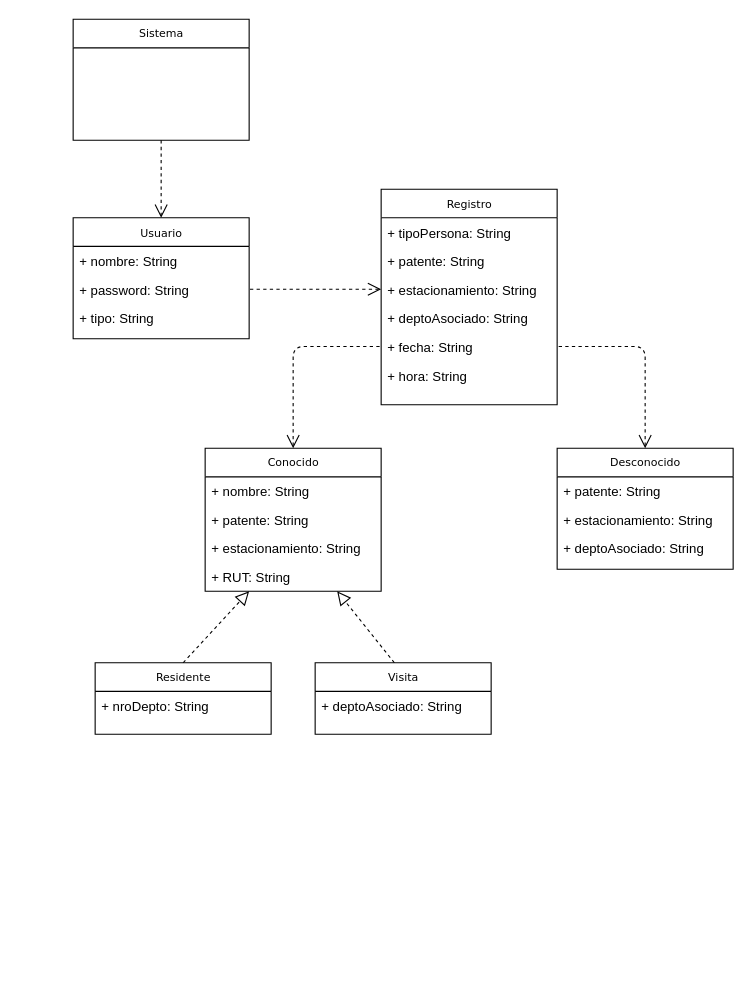
The draw.io diagram Hito 2/Diagrama de Dominio.drawio in D4rkHell/Grupo2-2_Reconocimiento_Patente, before the edit. Source tidied: cells renumbered, new cells numbered last; positions are measured from the earlier drawing's top-left corner, leaving out a move shared by most shapes. Both pictures are drawn from the tidied source at 110%, with x=0, y=0 at pixel (73, 19).
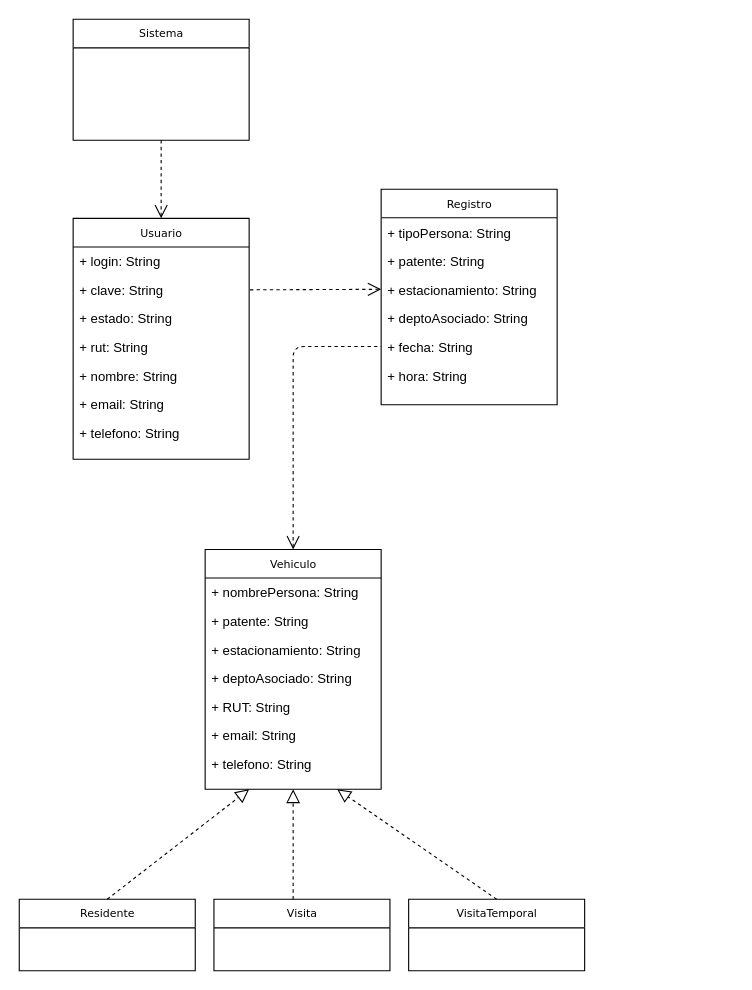
Above is the later version.

Unchanged cells that the change refers to:
```xml
<mxCell id="19" value="+ fecha: String" style="text;html=1;strokeColor=none;fillColor=none;align=left;verticalAlign=top;spacingLeft=4;spacingRight=4;whiteSpace=wrap;overflow=hidden;points=[[0,0.5],[1,0.5]];portConstraint=eastwest;" parent="14" vertex="1">
  <mxGeometry y="130" width="160" height="26" as="geometry" />
</mxCell>
```

Diff of the diagram source:
```diff
@@
     <mxCell id="2" value="Usuario" style="swimlane;html=1;fontStyle=0;horizontal=1;startSize=26;fillColor=none;swimlaneFillColor=#ffffff;rounded=0;shadow=0;comic=0;labelBackgroundColor=none;strokeColor=#000000;strokeWidth=1;fontFamily=Verdana;fontSize=10;fontColor=#000000;align=center;" parent="1" vertex="1">
-      <mxGeometry y="180.5" width="160" height="110" as="geometry" />
+      <mxGeometry y="181" width="160" height="219" as="geometry" />
     </mxCell>
-    <mxCell id="3" value="+ nombre: String" style="text;html=1;strokeColor=none;fillColor=none;align=left;verticalAlign=top;spacingLeft=4;spacingRight=4;whiteSpace=wrap;overflow=hidden;" parent="2" vertex="1">
+    <mxCell id="3" value="+ login: String" style="text;html=1;strokeColor=none;fillColor=none;align=left;verticalAlign=top;spacingLeft=4;spacingRight=4;whiteSpace=wrap;overflow=hidden;" parent="2" vertex="1">
       <mxGeometry y="26" width="160" height="26" as="geometry" />
     </mxCell>
-    <mxCell id="4" value="+ password: String" style="text;html=1;strokeColor=none;fillColor=none;align=left;verticalAlign=top;spacingLeft=4;spacingRight=4;whiteSpace=wrap;overflow=hidden;points=[[0,0.5],[1,0.5]];portConstraint=eastwest;" parent="2" vertex="1">
+    <mxCell id="4" value="+ clave: String" style="text;html=1;strokeColor=none;fillColor=none;align=left;verticalAlign=top;spacingLeft=4;spacingRight=4;whiteSpace=wrap;overflow=hidden;points=[[0,0.5],[1,0.5]];portConstraint=eastwest;" parent="2" vertex="1">
       <mxGeometry y="52" width="160" height="26" as="geometry" />
     </mxCell>
-    <mxCell id="5" value="+ tipo: String&lt;br&gt;" style="text;html=1;strokeColor=none;fillColor=none;align=left;verticalAlign=top;spacingLeft=4;spacingRight=4;whiteSpace=wrap;overflow=hidden;" parent="2" vertex="1">
+    <mxCell id="5" value="+ estado: String&lt;br&gt;" style="text;html=1;strokeColor=none;fillColor=none;align=left;verticalAlign=top;spacingLeft=4;spacingRight=4;whiteSpace=wrap;overflow=hidden;" parent="2" vertex="1">
       <mxGeometry y="78" width="160" height="26" as="geometry" />
     </mxCell>
+    <mxCell id="33" value="+ rut: String" style="text;html=1;strokeColor=none;fillColor=none;align=left;verticalAlign=top;spacingLeft=4;spacingRight=4;whiteSpace=wrap;overflow=hidden;" parent="2" vertex="1">
+      <mxGeometry y="104" width="160" height="26" as="geometry" />
+    </mxCell>
+    <mxCell id="34" value="+ nombre: String" style="text;html=1;strokeColor=none;fillColor=none;align=left;verticalAlign=top;spacingLeft=4;spacingRight=4;whiteSpace=wrap;overflow=hidden;" parent="2" vertex="1">
+      <mxGeometry y="130" width="160" height="26" as="geometry" />
+    </mxCell>
+    <mxCell id="35" value="+ email: String&lt;br&gt;" style="text;html=1;strokeColor=none;fillColor=none;align=left;verticalAlign=top;spacingLeft=4;spacingRight=4;whiteSpace=wrap;overflow=hidden;" parent="2" vertex="1">
+      <mxGeometry y="156" width="160" height="26" as="geometry" />
+    </mxCell>
+    <mxCell id="36" value="+ telefono: String" style="text;html=1;strokeColor=none;fillColor=none;align=left;verticalAlign=top;spacingLeft=4;spacingRight=4;whiteSpace=wrap;overflow=hidden;" parent="2" vertex="1">
+      <mxGeometry y="182" width="160" height="26" as="geometry" />
+    </mxCell>
     <mxCell id="6" value="Residente" style="swimlane;html=1;fontStyle=0;horizontal=1;startSize=26;fillColor=none;swimlaneFillColor=#ffffff;rounded=0;shadow=0;comic=0;labelBackgroundColor=none;strokeColor=#000000;strokeWidth=1;fontFamily=Verdana;fontSize=10;fontColor=#000000;align=center;" parent="1" vertex="1">
-      <mxGeometry x="20" y="585" width="160" height="65" as="geometry" />
+      <mxGeometry x="-49" y="800" width="160" height="65" as="geometry" />
     </mxCell>
-    <mxCell id="7" value="+ nroDepto: String" style="text;html=1;strokeColor=none;fillColor=none;align=left;verticalAlign=top;spacingLeft=4;spacingRight=4;whiteSpace=wrap;overflow=hidden;" parent="6" vertex="1">
-      <mxGeometry y="26" width="160" height="26" as="geometry" />
-    </mxCell>
     <mxCell id="8" value="Visita" style="swimlane;html=1;fontStyle=0;horizontal=1;startSize=26;fillColor=none;swimlaneFillColor=#ffffff;rounded=0;shadow=0;comic=0;labelBackgroundColor=none;strokeColor=#000000;strokeWidth=1;fontFamily=Verdana;fontSize=10;fontColor=#000000;align=center;" parent="1" vertex="1">
-      <mxGeometry x="220" y="585" width="160" height="65" as="geometry" />
+      <mxGeometry x="128" y="800" width="160" height="65" as="geometry" />
     </mxCell>
-    <mxCell id="9" value="+ deptoAsociado: String" style="text;html=1;strokeColor=none;fillColor=none;align=left;verticalAlign=top;spacingLeft=4;spacingRight=4;whiteSpace=wrap;overflow=hidden;" parent="8" vertex="1">
-      <mxGeometry y="26" width="160" height="26" as="geometry" />
-    </mxCell>
-    <mxCell id="10" value="Desconocido" style="swimlane;html=1;fontStyle=0;horizontal=1;startSize=26;fillColor=none;swimlaneFillColor=#ffffff;rounded=0;shadow=0;comic=0;labelBackgroundColor=none;strokeColor=#000000;strokeWidth=1;fontFamily=Verdana;fontSize=10;fontColor=#000000;align=center;" parent="1" vertex="1">
-      <mxGeometry x="440" y="390" width="160" height="110" as="geometry" />
-    </mxCell>
-    <mxCell id="11" value="+ patente: String" style="text;html=1;strokeColor=none;fillColor=none;align=left;verticalAlign=top;spacingLeft=4;spacingRight=4;whiteSpace=wrap;overflow=hidden;" parent="10" vertex="1">
-      <mxGeometry y="26" width="160" height="26" as="geometry" />
-    </mxCell>
-    <mxCell id="12" value="+ estacionamiento: String" style="text;html=1;strokeColor=none;fillColor=none;align=left;verticalAlign=top;spacingLeft=4;spacingRight=4;whiteSpace=wrap;overflow=hidden;" parent="10" vertex="1">
-      <mxGeometry y="52" width="160" height="26" as="geometry" />
-    </mxCell>
-    <mxCell id="13" value="+ deptoAsociado: String" style="text;html=1;strokeColor=none;fillColor=none;align=left;verticalAlign=top;spacingLeft=4;spacingRight=4;whiteSpace=wrap;overflow=hidden;" parent="10" vertex="1">
-      <mxGeometry y="78" width="160" height="26" as="geometry" />
-    </mxCell>
@@
-    <mxCell id="22" value="Conocido" style="swimlane;html=1;fontStyle=0;horizontal=1;startSize=26;fillColor=none;swimlaneFillColor=#ffffff;rounded=0;shadow=0;comic=0;labelBackgroundColor=none;strokeColor=#000000;strokeWidth=1;fontFamily=Verdana;fontSize=10;fontColor=#000000;align=center;" parent="1" vertex="1">
-      <mxGeometry x="120" y="390" width="160" height="130" as="geometry" />
+    <mxCell id="22" value="Vehiculo" style="swimlane;html=1;fontStyle=0;horizontal=1;startSize=26;fillColor=none;swimlaneFillColor=#ffffff;rounded=0;shadow=0;comic=0;labelBackgroundColor=none;strokeColor=#000000;strokeWidth=1;fontFamily=Verdana;fontSize=10;fontColor=#000000;align=center;" parent="1" vertex="1">
+      <mxGeometry x="120" y="482" width="160" height="218" as="geometry" />
     </mxCell>
-    <mxCell id="23" value="+ nombre: String" style="text;html=1;strokeColor=none;fillColor=none;align=left;verticalAlign=top;spacingLeft=4;spacingRight=4;whiteSpace=wrap;overflow=hidden;" parent="22" vertex="1">
+    <mxCell id="23" value="+ nombrePersona: String" style="text;html=1;strokeColor=none;fillColor=none;align=left;verticalAlign=top;spacingLeft=4;spacingRight=4;whiteSpace=wrap;overflow=hidden;" parent="22" vertex="1">
       <mxGeometry y="26" width="160" height="26" as="geometry" />
     </mxCell>
@@
+    <mxCell id="13" value="+ deptoAsociado: String" style="text;html=1;strokeColor=none;fillColor=none;align=left;verticalAlign=top;spacingLeft=4;spacingRight=4;whiteSpace=wrap;overflow=hidden;" parent="22" vertex="1">
+      <mxGeometry y="104" width="160" height="26" as="geometry" />
+    </mxCell>
+    <mxCell id="28" value="+ RUT: String" style="text;html=1;strokeColor=none;fillColor=none;align=left;verticalAlign=top;spacingLeft=4;spacingRight=4;whiteSpace=wrap;overflow=hidden;" parent="22" vertex="1">
+      <mxGeometry y="130" width="160" height="26" as="geometry" />
+    </mxCell>
+    <mxCell id="37" value="+ email: String" style="text;html=1;strokeColor=none;fillColor=none;align=left;verticalAlign=top;spacingLeft=4;spacingRight=4;whiteSpace=wrap;overflow=hidden;" parent="22" vertex="1">
+      <mxGeometry y="156" width="160" height="26" as="geometry" />
+    </mxCell>
+    <mxCell id="38" value="+ telefono: String" style="text;html=1;strokeColor=none;fillColor=none;align=left;verticalAlign=top;spacingLeft=4;spacingRight=4;whiteSpace=wrap;overflow=hidden;" parent="22" vertex="1">
+      <mxGeometry y="182" width="160" height="26" as="geometry" />
+    </mxCell>
@@
-    <mxCell id="27" style="endArrow=block;html=1;dashed=1;strokeWidth=1;exitX=0.45;exitY=0;exitDx=0;exitDy=0;entryX=0.75;entryY=1;entryDx=0;entryDy=0;endFill=0;startSize=6;endSize=10;exitPerimeter=0;" parent="1" edge="1" source="8" target="22">
+    <mxCell id="27" style="endArrow=block;html=1;dashed=1;strokeWidth=1;exitX=0.45;exitY=0;exitDx=0;exitDy=0;endFill=0;startSize=6;endSize=10;exitPerimeter=0;entryX=0.5;entryY=1;entryDx=0;entryDy=0;" parent="1" edge="1" source="8" target="22">
       <mxGeometry relative="1" as="geometry" />
     </mxCell>
-    <mxCell id="28" value="+ RUT: String" style="text;html=1;strokeColor=none;fillColor=none;align=left;verticalAlign=top;spacingLeft=4;spacingRight=4;whiteSpace=wrap;overflow=hidden;" parent="1" vertex="1">
-      <mxGeometry x="120" y="494" width="160" height="26" as="geometry" />
-    </mxCell>
@@
-    <mxCell id="30" style="endArrow=none;html=1;dashed=1;strokeWidth=1;exitX=0.5;exitY=0;exitDx=0;exitDy=0;entryX=1;entryY=0.5;entryDx=0;entryDy=0;endFill=0;startSize=10;endSize=6;startArrow=open;startFill=0;" parent="1" edge="1" source="10" target="19">
-      <mxGeometry relative="1" as="geometry">
-        <Array as="points">
-          <mxPoint x="520" y="297.5" />
-        </Array>
-      </mxGeometry>
-    </mxCell>
@@
+    <mxCell id="39" value="VisitaTemporal&lt;br&gt;" style="swimlane;html=1;fontStyle=0;horizontal=1;startSize=26;fillColor=none;swimlaneFillColor=#ffffff;rounded=0;shadow=0;comic=0;labelBackgroundColor=none;strokeColor=#000000;strokeWidth=1;fontFamily=Verdana;fontSize=10;fontColor=#000000;align=center;" parent="1" vertex="1">
+      <mxGeometry x="305" y="800" width="160" height="65" as="geometry" />
+    </mxCell>
+    <mxCell id="40" style="endArrow=block;html=1;dashed=1;strokeWidth=1;exitX=0.5;exitY=0;exitDx=0;exitDy=0;endFill=0;endSize=10;entryX=0.75;entryY=1;entryDx=0;entryDy=0;" parent="1" edge="1" source="39" target="22">
+      <mxGeometry relative="1" as="geometry" />
+    </mxCell>
```
